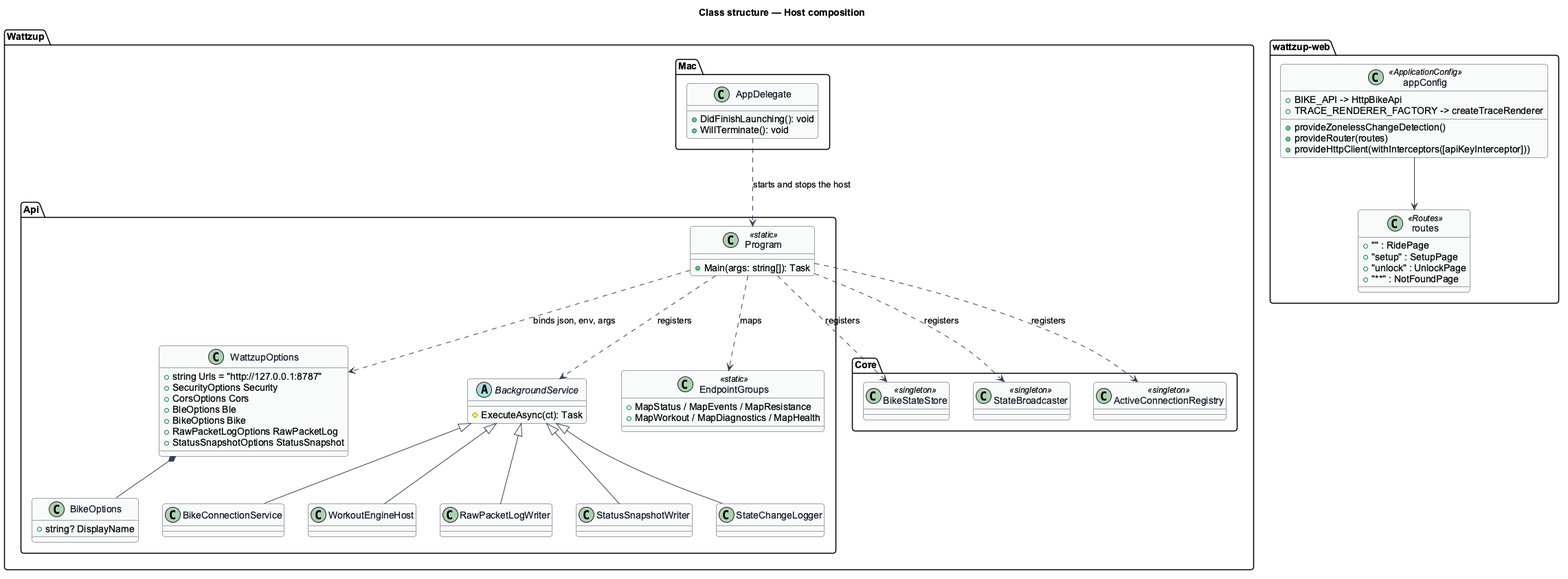
The PlantUML diagram docs/detailed-designs/platform/host-and-structure/diagrams/class-structure.png in QuinntyneBrown/ride-one, before a commit. Its source is kept beside it as docs/detailed-designs/platform/host-and-structure/diagrams/class-structure.puml.
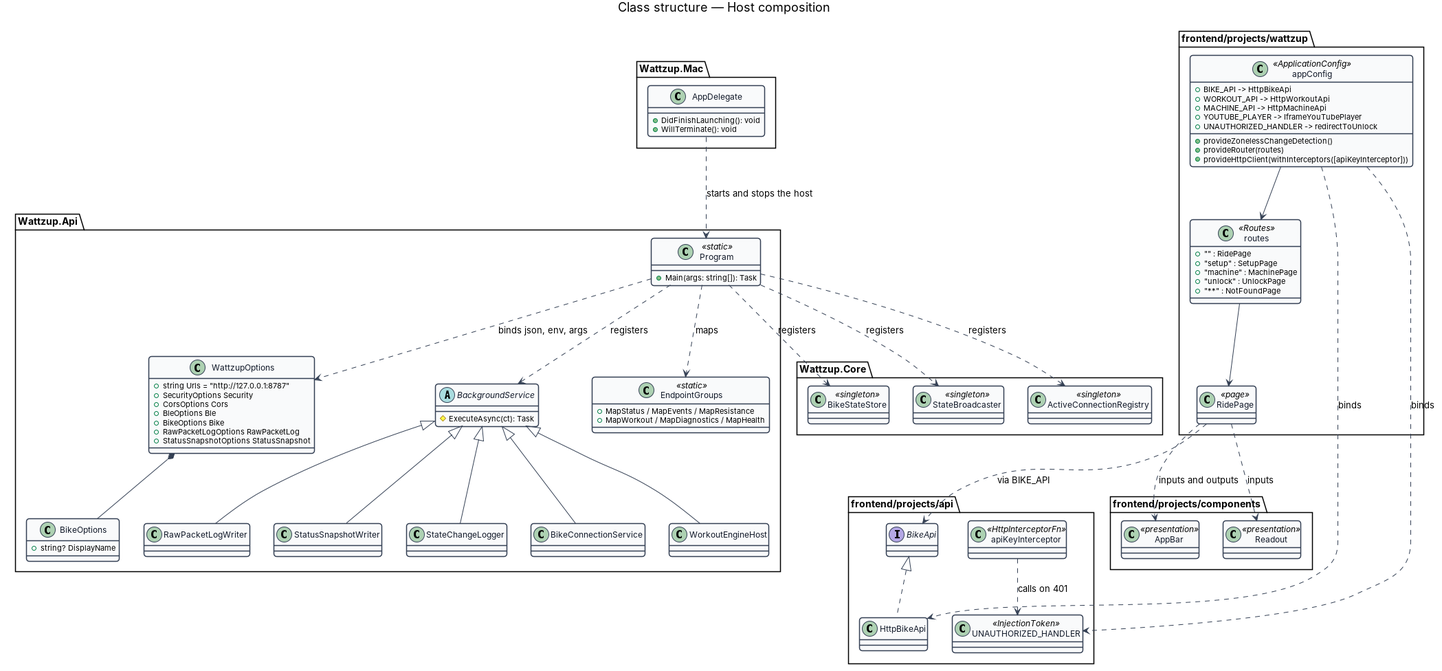
After the change.

Commit message:
Frontend workspace with components, api and wattzup projects: L2-044 AC6, ADR 0013, host-and-structure design

The edit, as a diff of the source:
```diff
@@ -51,20 +51,35 @@
     +WillTerminate(): void
   }
 }
-package "frontend" {
+package "frontend/projects/wattzup" {
   class appConfig <<ApplicationConfig>> {
     +provideZonelessChangeDetection()
     +provideRouter(routes)
     +provideHttpClient(withInterceptors([apiKeyInterceptor]))
     +BIKE_API -> HttpBikeApi
-    +TRACE_RENDERER_FACTORY -> createTraceRenderer
+    +WORKOUT_API -> HttpWorkoutApi
+    +MACHINE_API -> HttpMachineApi
+    +YOUTUBE_PLAYER -> IframeYouTubePlayer
+    +UNAUTHORIZED_HANDLER -> redirectToUnlock
   }
   class routes <<Routes>> {
     + "" : RidePage
     + "setup" : SetupPage
+    + "machine" : MachinePage
     + "unlock" : UnlockPage
     + "**" : NotFoundPage
   }
+  class RidePage <<page>>
+}
+package "frontend/projects/api" {
+  interface BikeApi
+  class HttpBikeApi
+  class apiKeyInterceptor <<HttpInterceptorFn>>
+  class UNAUTHORIZED_HANDLER <<InjectionToken>>
+}
+package "frontend/projects/components" {
+  class AppBar <<presentation>>
+  class Readout <<presentation>>
 }
 
 BackgroundService <|-- BikeConnectionService
@@ -81,4 +96,12 @@
 Program ..> EndpointGroups : maps
 AppDelegate ..> Program : starts and stops the host
 appConfig --> routes
+BikeApi <|.. HttpBikeApi
+appConfig ..> HttpBikeApi : binds
+appConfig ..> UNAUTHORIZED_HANDLER : binds
+apiKeyInterceptor ..> UNAUTHORIZED_HANDLER : calls on 401
+routes --> RidePage
+RidePage ..> AppBar : inputs and outputs
+RidePage ..> Readout : inputs
+RidePage ..> BikeApi : via BIKE_API
 @enduml
```
